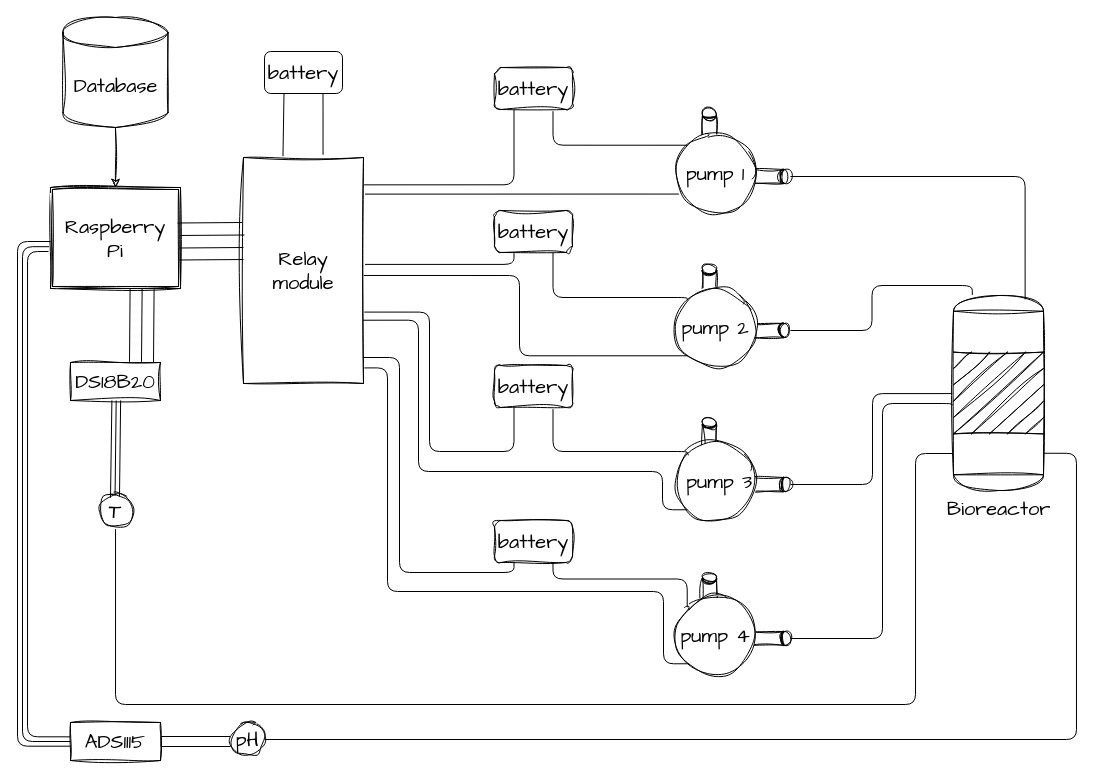
The draw.io diagram blueprints/prototype1.drawio in MelcherMate/Bioversee_Webapp, before the edit. Source tidied: cells renumbered, new cells numbered last; positions are measured from the earlier drawing's top-left corner, leaving out a move shared by most shapes. Both pictures are drawn from the tidied source at 100%, with x=0, y=0 at pixel (17, 17).
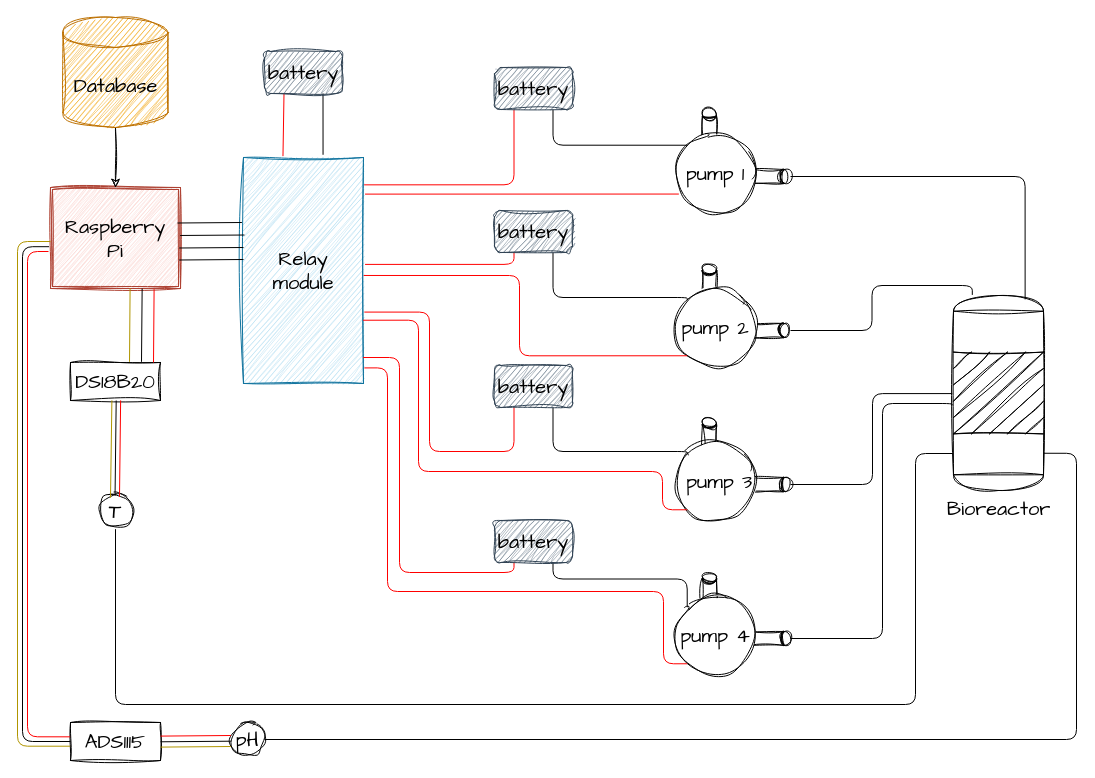
The same page after the edit.

The change refers to these unchanged cells:
```xml
<mxCell id="6" value="pump 1" style="ellipse;whiteSpace=wrap;html=1;sketch=1;hachureGap=4;jiggle=2;curveFitting=1;strokeColor=#000000;fontFamily=Architects Daughter;fontSize=20;fontColor=#000000;fillColor=#FFFFFF;gradientColor=none;" parent="3" vertex="1">
  <mxGeometry y="24" width="80" height="80" as="geometry" />
</mxCell>
<mxCell id="10" value="pump 4" style="ellipse;whiteSpace=wrap;html=1;sketch=1;hachureGap=4;jiggle=2;curveFitting=1;strokeColor=#000000;fontFamily=Architects Daughter;fontSize=20;fontColor=#000000;fillColor=#FFFFFF;gradientColor=none;" parent="7" vertex="1">
  <mxGeometry y="24" width="80" height="80" as="geometry" />
</mxCell>
<mxCell id="15" value="&amp;nbsp;pump 3" style="ellipse;whiteSpace=wrap;html=1;sketch=1;hachureGap=4;jiggle=2;curveFitting=1;strokeColor=#000000;fontFamily=Architects Daughter;fontSize=20;fontColor=#000000;fillColor=#FFFFFF;gradientColor=none;" parent="11" vertex="1">
  <mxGeometry y="24" width="80" height="80" as="geometry" />
</mxCell>
<mxCell id="19" value="pump 2" style="ellipse;whiteSpace=wrap;html=1;sketch=1;hachureGap=4;jiggle=2;curveFitting=1;strokeColor=#000000;fontFamily=Architects Daughter;fontSize=20;fontColor=#000000;fillColor=#FFFFFF;gradientColor=none;" parent="16" vertex="1">
  <mxGeometry y="24" width="80" height="80" as="geometry" />
</mxCell>
<mxCell id="48" value="DS18B20" style="rounded=0;whiteSpace=wrap;html=1;hachureGap=4;strokeColor=#000000;strokeWidth=1;fontFamily=Architects Daughter;fontSize=20;fontColor=#000000;fillColor=#FFFFFF;gradientColor=none;sketch=1;curveFitting=1;jiggle=2;" parent="1" vertex="1">
  <mxGeometry x="53" y="345" width="90" height="38" as="geometry" />
</mxCell>
<mxCell id="57" value="ADS1115" style="rounded=0;whiteSpace=wrap;html=1;hachureGap=4;strokeColor=#000000;strokeWidth=1;fontFamily=Architects Daughter;fontSize=20;fontColor=#000000;fillColor=#FFFFFF;gradientColor=none;sketch=1;curveFitting=1;jiggle=2;" parent="1" vertex="1">
  <mxGeometry x="53" y="705" width="90" height="38" as="geometry" />
</mxCell>
```

What changed in the source:
```diff
@@
-    <mxCell id="20" value="&lt;font color=&quot;#000000&quot;&gt;Raspberry Pi&lt;/font&gt;" style="shape=ext;double=1;rounded=0;whiteSpace=wrap;html=1;hachureGap=4;fontFamily=Architects Daughter;fontSize=20;fillColor=#FFFFFF;strokeColor=#000000;sketch=1;curveFitting=1;jiggle=2;" parent="1" vertex="1">
+    <mxCell id="20" value="&lt;font color=&quot;#000000&quot;&gt;Raspberry Pi&lt;/font&gt;" style="shape=ext;double=1;rounded=0;whiteSpace=wrap;html=1;hachureGap=4;fontFamily=Architects Daughter;fontSize=20;fillColor=#fad9d5;strokeColor=#ae4132;sketch=1;curveFitting=1;jiggle=2;" parent="1" vertex="1">
       <mxGeometry x="33" y="170" width="130" height="101" as="geometry" />
     </mxCell>
@@
-    <mxCell id="23" value="Database" style="shape=cylinder3;whiteSpace=wrap;html=1;boundedLbl=1;backgroundOutline=1;size=15;hachureGap=4;strokeColor=#000000;fontFamily=Architects Daughter;fontSize=20;fontColor=#000000;fillColor=#FFFFFF;rounded=0;sketch=1;curveFitting=1;jiggle=2;" parent="1" vertex="1">
+    <mxCell id="23" value="Database" style="shape=cylinder3;whiteSpace=wrap;html=1;boundedLbl=1;backgroundOutline=1;size=15;hachureGap=4;fontFamily=Architects Daughter;fontSize=20;rounded=0;sketch=1;curveFitting=1;jiggle=2;fillColor=#f0a30a;fontColor=#000000;strokeColor=#BD7000;" parent="1" vertex="1">
       <mxGeometry x="45.5" width="105" height="110" as="geometry" />
     </mxCell>
-    <mxCell id="24" value="&lt;font color=&quot;#000000&quot;&gt;Relay module&lt;/font&gt;" style="rounded=0;whiteSpace=wrap;html=1;sketch=1;hachureGap=4;jiggle=2;curveFitting=1;fontFamily=Architects Daughter;fontSize=20;fillColor=#FFFFFF;strokeColor=#000000;" parent="1" vertex="1">
+    <mxCell id="24" value="&lt;font color=&quot;#000000&quot;&gt;Relay module&lt;/font&gt;" style="rounded=0;whiteSpace=wrap;html=1;sketch=1;hachureGap=4;jiggle=2;curveFitting=1;fontFamily=Architects Daughter;fontSize=20;fillColor=#b1ddf0;strokeColor=#10739e;" parent="1" vertex="1">
       <mxGeometry x="226" y="140" width="120" height="226" as="geometry" />
     </mxCell>
@@
-    <mxCell id="26" style="edgeStyle=orthogonalEdgeStyle;sketch=0;hachureGap=4;jiggle=2;curveFitting=1;html=1;exitX=0.25;exitY=1;exitDx=0;exitDy=0;entryX=1.005;entryY=0.121;entryDx=0;entryDy=0;entryPerimeter=0;strokeColor=#000000;fontFamily=Architects Daughter;fontSize=16;fontColor=#000000;endArrow=none;endFill=0;" parent="1" edge="1" source="27" target="24">
+    <mxCell id="26" style="edgeStyle=orthogonalEdgeStyle;sketch=0;hachureGap=4;jiggle=2;curveFitting=1;html=1;exitX=0.25;exitY=1;exitDx=0;exitDy=0;entryX=1.005;entryY=0.121;entryDx=0;entryDy=0;entryPerimeter=0;strokeColor=#FF0000;fontFamily=Architects Daughter;fontSize=16;fontColor=#000000;endArrow=none;endFill=0;" parent="1" edge="1" source="27" target="24">
       <mxGeometry relative="1" as="geometry" />
     </mxCell>
-    <mxCell id="27" value="battery" style="rounded=1;whiteSpace=wrap;html=1;sketch=1;hachureGap=4;jiggle=2;curveFitting=1;strokeColor=#000000;fontFamily=Architects Daughter;fontSize=20;fontColor=#000000;fillColor=#FFFFFF;gradientColor=none;" parent="1" vertex="1">
+    <mxCell id="27" value="battery" style="rounded=1;whiteSpace=wrap;html=1;sketch=1;hachureGap=4;jiggle=2;curveFitting=1;strokeColor=#314354;fontFamily=Architects Daughter;fontSize=20;fontColor=#000000;fillColor=#647687;" parent="1" vertex="1">
       <mxGeometry x="477" y="50" width="78" height="42" as="geometry" />
     </mxCell>
-    <mxCell id="28" style="sketch=0;hachureGap=4;jiggle=2;curveFitting=1;html=1;exitX=0.042;exitY=0.757;exitDx=0;exitDy=0;entryX=1.013;entryY=0.162;entryDx=0;entryDy=0;entryPerimeter=0;strokeColor=#000000;fontFamily=Architects Daughter;fontSize=16;fontColor=#000000;endArrow=none;endFill=0;exitPerimeter=0;" parent="1" edge="1" source="6" target="24">
+    <mxCell id="28" style="sketch=0;hachureGap=4;jiggle=2;curveFitting=1;html=1;exitX=0.042;exitY=0.757;exitDx=0;exitDy=0;entryX=1.013;entryY=0.162;entryDx=0;entryDy=0;entryPerimeter=0;strokeColor=#FF0000;fontFamily=Architects Daughter;fontSize=16;fontColor=#000000;endArrow=none;endFill=0;exitPerimeter=0;" parent="1" edge="1" source="6" target="24">
       <mxGeometry relative="1" as="geometry" />
     </mxCell>
-    <mxCell id="29" style="edgeStyle=orthogonalEdgeStyle;sketch=0;hachureGap=4;jiggle=2;curveFitting=1;html=1;exitX=0.25;exitY=1;exitDx=0;exitDy=0;entryX=1.013;entryY=0.473;entryDx=0;entryDy=0;entryPerimeter=0;strokeColor=#000000;fontFamily=Architects Daughter;fontSize=16;fontColor=#000000;endArrow=none;endFill=0;" parent="1" edge="1" source="31" target="24">
+    <mxCell id="29" style="edgeStyle=orthogonalEdgeStyle;sketch=0;hachureGap=4;jiggle=2;curveFitting=1;html=1;exitX=0.25;exitY=1;exitDx=0;exitDy=0;entryX=1.013;entryY=0.473;entryDx=0;entryDy=0;entryPerimeter=0;strokeColor=#FF0000;fontFamily=Architects Daughter;fontSize=16;fontColor=#FF0000;endArrow=none;endFill=0;" parent="1" edge="1" source="31" target="24">
       <mxGeometry relative="1" as="geometry" />
     </mxCell>
@@
-    <mxCell id="31" value="battery" style="rounded=1;whiteSpace=wrap;html=1;sketch=1;hachureGap=4;jiggle=2;curveFitting=1;strokeColor=#000000;fontFamily=Architects Daughter;fontSize=20;fontColor=#000000;fillColor=#FFFFFF;gradientColor=none;" parent="1" vertex="1">
+    <mxCell id="31" value="battery" style="rounded=1;whiteSpace=wrap;html=1;sketch=1;hachureGap=4;jiggle=2;curveFitting=1;fontFamily=Architects Daughter;fontSize=20;fillColor=#647687;fontColor=#000000;strokeColor=#314354;" parent="1" vertex="1">
       <mxGeometry x="477" y="193" width="78" height="42" as="geometry" />
     </mxCell>
-    <mxCell id="32" style="edgeStyle=orthogonalEdgeStyle;sketch=0;hachureGap=4;jiggle=2;curveFitting=1;html=1;exitX=0;exitY=1;exitDx=0;exitDy=0;entryX=1.002;entryY=0.522;entryDx=0;entryDy=0;entryPerimeter=0;strokeColor=#000000;fontFamily=Architects Daughter;fontSize=16;fontColor=#000000;endArrow=none;endFill=0;" parent="1" edge="1" source="19" target="24">
+    <mxCell id="32" style="edgeStyle=orthogonalEdgeStyle;sketch=0;hachureGap=4;jiggle=2;curveFitting=1;html=1;exitX=0;exitY=1;exitDx=0;exitDy=0;entryX=1.002;entryY=0.522;entryDx=0;entryDy=0;entryPerimeter=0;strokeColor=#FF0000;fontFamily=Architects Daughter;fontSize=16;fontColor=#000000;endArrow=none;endFill=0;" parent="1" edge="1" source="19" target="24">
       <mxGeometry relative="1" as="geometry" />
     </mxCell>
-    <mxCell id="33" style="edgeStyle=orthogonalEdgeStyle;sketch=0;hachureGap=4;jiggle=2;curveFitting=1;html=1;exitX=0.25;exitY=1;exitDx=0;exitDy=0;entryX=1.007;entryY=0.684;entryDx=0;entryDy=0;entryPerimeter=0;strokeColor=#000000;fontFamily=Architects Daughter;fontSize=16;fontColor=#000000;endArrow=none;endFill=0;" parent="1" edge="1" source="35" target="24">
+    <mxCell id="33" style="edgeStyle=orthogonalEdgeStyle;sketch=0;hachureGap=4;jiggle=2;curveFitting=1;html=1;exitX=0.25;exitY=1;exitDx=0;exitDy=0;entryX=1.007;entryY=0.684;entryDx=0;entryDy=0;entryPerimeter=0;strokeColor=#FF0000;fontFamily=Architects Daughter;fontSize=16;fontColor=#000000;endArrow=none;endFill=0;" parent="1" edge="1" source="35" target="24">
       <mxGeometry relative="1" as="geometry">
         <Array as="points">
           <mxPoint x="496" y="434" />
           <mxPoint x="412" y="434" />
           <mxPoint x="412" y="295" />
         </Array>
       </mxGeometry>
     </mxCell>
@@
-    <mxCell id="35" value="battery" style="rounded=1;whiteSpace=wrap;html=1;sketch=1;hachureGap=4;jiggle=2;curveFitting=1;strokeColor=#000000;fontFamily=Architects Daughter;fontSize=20;fontColor=#000000;fillColor=#FFFFFF;gradientColor=none;" parent="1" vertex="1">
+    <mxCell id="35" value="battery" style="rounded=1;whiteSpace=wrap;html=1;sketch=1;hachureGap=4;jiggle=2;curveFitting=1;strokeColor=#314354;fontFamily=Architects Daughter;fontSize=20;fontColor=#000000;fillColor=#647687;" parent="1" vertex="1">
       <mxGeometry x="477" y="348" width="78" height="42" as="geometry" />
     </mxCell>
-    <mxCell id="36" style="edgeStyle=orthogonalEdgeStyle;sketch=0;hachureGap=4;jiggle=2;curveFitting=1;html=1;exitX=0;exitY=1;exitDx=0;exitDy=0;entryX=0.996;entryY=0.72;entryDx=0;entryDy=0;entryPerimeter=0;strokeColor=#000000;fontFamily=Architects Daughter;fontSize=16;fontColor=#000000;endArrow=none;endFill=0;" parent="1" edge="1" source="15" target="24">
+    <mxCell id="36" style="edgeStyle=orthogonalEdgeStyle;sketch=0;hachureGap=4;jiggle=2;curveFitting=1;html=1;exitX=0;exitY=1;exitDx=0;exitDy=0;entryX=0.996;entryY=0.72;entryDx=0;entryDy=0;entryPerimeter=0;strokeColor=#FF0000;fontFamily=Architects Daughter;fontSize=16;fontColor=#000000;endArrow=none;endFill=0;" parent="1" edge="1" source="15" target="24">
       <mxGeometry relative="1" as="geometry">
         <Array as="points">
           <mxPoint x="645" y="492" />
           <mxPoint x="645" y="454" />
           <mxPoint x="401" y="454" />
           <mxPoint x="401" y="303" />
         </Array>
       </mxGeometry>
     </mxCell>
@@
-    <mxCell id="38" style="edgeStyle=orthogonalEdgeStyle;sketch=0;hachureGap=4;jiggle=2;curveFitting=1;html=1;exitX=0.25;exitY=1;exitDx=0;exitDy=0;entryX=0.996;entryY=0.885;entryDx=0;entryDy=0;entryPerimeter=0;strokeColor=#000000;fontFamily=Architects Daughter;fontSize=16;fontColor=#000000;endArrow=none;endFill=0;" parent="1" edge="1" source="39" target="24">
+    <mxCell id="38" style="edgeStyle=orthogonalEdgeStyle;sketch=0;hachureGap=4;jiggle=2;curveFitting=1;html=1;exitX=0.25;exitY=1;exitDx=0;exitDy=0;entryX=0.996;entryY=0.885;entryDx=0;entryDy=0;entryPerimeter=0;strokeColor=#FF0000;fontFamily=Architects Daughter;fontSize=16;fontColor=#000000;endArrow=none;endFill=0;" parent="1" edge="1" source="39" target="24">
       <mxGeometry relative="1" as="geometry">
         <Array as="points">
           <mxPoint x="496" y="555" />
           <mxPoint x="382" y="555" />
           <mxPoint x="382" y="340" />
         </Array>
       </mxGeometry>
     </mxCell>
-    <mxCell id="39" value="battery" style="rounded=1;whiteSpace=wrap;html=1;sketch=1;hachureGap=4;jiggle=2;curveFitting=1;strokeColor=#000000;fontFamily=Architects Daughter;fontSize=20;fontColor=#000000;fillColor=#FFFFFF;gradientColor=none;" parent="1" vertex="1">
+    <mxCell id="39" value="battery" style="rounded=1;whiteSpace=wrap;html=1;sketch=1;hachureGap=4;jiggle=2;curveFitting=1;strokeColor=#314354;fontFamily=Architects Daughter;fontSize=20;fontColor=#000000;fillColor=#647687;" parent="1" vertex="1">
       <mxGeometry x="477" y="503" width="78" height="42" as="geometry" />
     </mxCell>
-    <mxCell id="40" style="edgeStyle=orthogonalEdgeStyle;sketch=0;hachureGap=4;jiggle=2;curveFitting=1;html=1;exitX=0;exitY=1;exitDx=0;exitDy=0;entryX=1.007;entryY=0.931;entryDx=0;entryDy=0;entryPerimeter=0;strokeColor=#000000;fontFamily=Architects Daughter;fontSize=16;fontColor=#000000;endArrow=none;endFill=0;" parent="1" edge="1" source="10" target="24">
+    <mxCell id="40" style="edgeStyle=orthogonalEdgeStyle;sketch=0;hachureGap=4;jiggle=2;curveFitting=1;html=1;exitX=0;exitY=1;exitDx=0;exitDy=0;entryX=1.007;entryY=0.931;entryDx=0;entryDy=0;entryPerimeter=0;strokeColor=#FF0000;fontFamily=Architects Daughter;fontSize=16;fontColor=#000000;endArrow=none;endFill=0;" parent="1" edge="1" source="10" target="24">
       <mxGeometry relative="1" as="geometry">
         <Array as="points">
           <mxPoint x="646" y="646" />
           <mxPoint x="646" y="574" />
           <mxPoint x="370" y="574" />
           <mxPoint x="370" y="350" />
         </Array>
       </mxGeometry>
     </mxCell>
-    <mxCell id="41" style="sketch=0;hachureGap=4;jiggle=2;curveFitting=1;html=1;exitX=0.25;exitY=1;exitDx=0;exitDy=0;entryX=0.329;entryY=-0.006;entryDx=0;entryDy=0;entryPerimeter=0;strokeColor=#000000;fontFamily=Architects Daughter;fontSize=16;fontColor=#000000;endArrow=none;endFill=0;" parent="1" edge="1" source="43" target="24">
+    <mxCell id="41" style="sketch=0;hachureGap=4;jiggle=2;curveFitting=1;html=1;exitX=0.25;exitY=1;exitDx=0;exitDy=0;entryX=0.329;entryY=-0.006;entryDx=0;entryDy=0;entryPerimeter=0;strokeColor=#FF0000;fontFamily=Architects Daughter;fontSize=16;fontColor=#000000;endArrow=none;endFill=0;" parent="1" edge="1" source="43" target="24">
       <mxGeometry relative="1" as="geometry" />
     </mxCell>
@@
-    <mxCell id="43" value="battery" style="rounded=1;whiteSpace=wrap;html=1;sketch=0;hachureGap=4;jiggle=2;curveFitting=1;strokeColor=#000000;fontFamily=Architects Daughter;fontSize=20;fontColor=#000000;fillColor=#FFFFFF;gradientColor=none;" parent="1" vertex="1">
+    <mxCell id="43" value="battery" style="rounded=1;whiteSpace=wrap;html=1;sketch=1;hachureGap=4;jiggle=2;curveFitting=1;fontFamily=Architects Daughter;fontSize=20;fillColor=#647687;strokeColor=#314354;fontColor=#000000;" parent="1" vertex="1">
       <mxGeometry x="247" y="34" width="78" height="42" as="geometry" />
     </mxCell>
@@
-    <mxCell id="50" style="endArrow=none;html=1;sketch=0;hachureGap=4;jiggle=2;curveFitting=1;strokeColor=#000000;fontFamily=Architects Daughter;fontSize=16;fontColor=#000000;entryX=0.705;entryY=1;entryDx=0;entryDy=0;entryPerimeter=0;exitX=0.789;exitY=-0.018;exitDx=0;exitDy=0;exitPerimeter=0;" parent="1" edge="1">
+    <mxCell id="50" style="endArrow=none;html=1;sketch=0;hachureGap=4;jiggle=2;curveFitting=1;strokeColor=#B09500;fontFamily=Architects Daughter;fontSize=16;fontColor=#000000;entryX=0.705;entryY=1;entryDx=0;entryDy=0;entryPerimeter=0;exitX=0.789;exitY=-0.018;exitDx=0;exitDy=0;exitPerimeter=0;fillColor=#e3c800;" parent="1" edge="1">
       <mxGeometry relative="1" as="geometry">
         <mxPoint x="112" y="344.3" as="sourcePoint" />
         <mxPoint x="112.6" y="271" as="targetPoint" />
       </mxGeometry>
     </mxCell>
-    <mxCell id="51" style="endArrow=none;html=1;sketch=0;hachureGap=4;jiggle=2;curveFitting=1;strokeColor=#000000;fontFamily=Architects Daughter;fontSize=16;fontColor=#000000;entryX=0.705;entryY=1;entryDx=0;entryDy=0;entryPerimeter=0;exitX=0.789;exitY=-0.018;exitDx=0;exitDy=0;exitPerimeter=0;" parent="1" edge="1">
+    <mxCell id="51" style="endArrow=none;html=1;sketch=0;hachureGap=4;jiggle=2;curveFitting=1;strokeColor=#FF0000;fontFamily=Architects Daughter;fontSize=16;fontColor=#000000;entryX=0.705;entryY=1;entryDx=0;entryDy=0;entryPerimeter=0;exitX=0.789;exitY=-0.018;exitDx=0;exitDy=0;exitPerimeter=0;" parent="1" edge="1">
       <mxGeometry relative="1" as="geometry">
         <mxPoint x="136" y="345" as="sourcePoint" />
         <mxPoint x="136.6" y="271.7" as="targetPoint" />
       </mxGeometry>
     </mxCell>
@@
-    <mxCell id="54" style="endArrow=none;html=1;sketch=0;hachureGap=4;jiggle=2;curveFitting=1;strokeColor=#000000;fontFamily=Architects Daughter;fontSize=16;fontColor=#000000;entryX=0.46;entryY=0.996;entryDx=0;entryDy=0;entryPerimeter=0;exitX=0.789;exitY=-0.018;exitDx=0;exitDy=0;exitPerimeter=0;" parent="1" edge="1" target="48">
+    <mxCell id="54" style="endArrow=none;html=1;sketch=0;hachureGap=4;jiggle=2;curveFitting=1;strokeColor=#B09500;fontFamily=Architects Daughter;fontSize=16;fontColor=#000000;entryX=0.46;entryY=0.996;entryDx=0;entryDy=0;entryPerimeter=0;exitX=0.789;exitY=-0.018;exitDx=0;exitDy=0;exitPerimeter=0;fillColor=#e3c800;" parent="1" edge="1" target="48">
       <mxGeometry relative="1" as="geometry">
         <mxPoint x="93" y="480.3" as="sourcePoint" />
       </mxGeometry>
     </mxCell>
-    <mxCell id="55" style="endArrow=none;html=1;sketch=0;hachureGap=4;jiggle=2;curveFitting=1;strokeColor=#000000;fontFamily=Architects Daughter;fontSize=16;fontColor=#000000;entryX=0.557;entryY=0.998;entryDx=0;entryDy=0;entryPerimeter=0;exitX=0.789;exitY=-0.018;exitDx=0;exitDy=0;exitPerimeter=0;" parent="1" edge="1" target="48">
+    <mxCell id="55" style="endArrow=none;html=1;sketch=0;hachureGap=4;jiggle=2;curveFitting=1;strokeColor=#FF0000;fontFamily=Architects Daughter;fontSize=16;fontColor=#000000;entryX=0.557;entryY=0.998;entryDx=0;entryDy=0;entryPerimeter=0;exitX=0.789;exitY=-0.018;exitDx=0;exitDy=0;exitPerimeter=0;" parent="1" edge="1" target="48">
       <mxGeometry relative="1" as="geometry">
         <mxPoint x="102" y="479.3" as="sourcePoint" />
       </mxGeometry>
     </mxCell>
@@
-    <mxCell id="59" style="endArrow=none;html=1;sketch=0;hachureGap=4;jiggle=2;curveFitting=1;strokeColor=#000000;fontFamily=Architects Daughter;fontSize=16;fontColor=#000000;edgeStyle=orthogonalEdgeStyle;exitX=-0.004;exitY=0.377;exitDx=0;exitDy=0;exitPerimeter=0;" parent="1" edge="1" source="57">
+    <mxCell id="59" style="endArrow=none;html=1;sketch=0;hachureGap=4;jiggle=2;curveFitting=1;strokeColor=#FF0000;fontFamily=Architects Daughter;fontSize=16;fontColor=#000000;edgeStyle=orthogonalEdgeStyle;exitX=-0.004;exitY=0.377;exitDx=0;exitDy=0;exitPerimeter=0;" parent="1" edge="1" source="57">
       <mxGeometry relative="1" as="geometry">
         <mxPoint x="31" y="234" as="targetPoint" />
         <Array as="points">
           <mxPoint x="10" y="719" />
           <mxPoint x="10" y="234" />
           <mxPoint x="31" y="234" />
         </Array>
       </mxGeometry>
     </mxCell>
-    <mxCell id="60" style="endArrow=none;html=1;sketch=0;hachureGap=4;jiggle=2;curveFitting=1;strokeColor=#000000;fontFamily=Architects Daughter;fontSize=16;fontColor=#000000;edgeStyle=orthogonalEdgeStyle;exitX=-0.004;exitY=0.624;exitDx=0;exitDy=0;exitPerimeter=0;" parent="1" edge="1" source="57" target="20">
+    <mxCell id="60" style="endArrow=none;html=1;sketch=0;hachureGap=4;jiggle=2;curveFitting=1;strokeColor=#B09500;fontFamily=Architects Daughter;fontSize=16;fontColor=#000000;edgeStyle=orthogonalEdgeStyle;exitX=-0.004;exitY=0.624;exitDx=0;exitDy=0;exitPerimeter=0;fillColor=#e3c800;" parent="1" edge="1" source="57" target="20">
       <mxGeometry relative="1" as="geometry">
         <Array as="points">
           <mxPoint y="729" />
           <mxPoint y="224" />
         </Array>
       </mxGeometry>
     </mxCell>
-    <mxCell id="61" style="shape=flexArrow;endArrow=none;html=1;sketch=0;hachureGap=4;jiggle=2;curveFitting=1;strokeColor=#000000;fontFamily=Architects Daughter;fontSize=16;fontColor=#000000;endFill=0;exitX=1;exitY=0.5;exitDx=0;exitDy=0;" parent="1" edge="1" source="57">
-      <mxGeometry relative="1" as="geometry">
-        <mxPoint x="217" y="724" as="targetPoint" />
-      </mxGeometry>
-    </mxCell>
@@
+    <mxCell id="68" style="endArrow=none;html=1;hachureGap=4;strokeColor=#000000;fontFamily=Architects Daughter;fontSize=16;fontColor=#FF0000;exitX=0.999;exitY=0.711;exitDx=0;exitDy=0;exitPerimeter=0;entryX=0.009;entryY=0.777;entryDx=0;entryDy=0;entryPerimeter=0;fillColor=#e3c800;" parent="1" edge="1">
+      <mxGeometry relative="1" as="geometry">
+        <mxPoint x="143" y="724.3" as="sourcePoint" />
+        <mxPoint x="213.4" y="723.7" as="targetPoint" />
+      </mxGeometry>
+    </mxCell>
+    <mxCell id="69" style="endArrow=none;html=1;hachureGap=4;strokeColor=#FF0000;fontFamily=Architects Daughter;fontSize=16;fontColor=#FF0000;exitX=0.999;exitY=0.711;exitDx=0;exitDy=0;exitPerimeter=0;entryX=0.009;entryY=0.777;entryDx=0;entryDy=0;entryPerimeter=0;fillColor=#e51400;" parent="1" edge="1">
+      <mxGeometry relative="1" as="geometry">
+        <mxPoint x="143" y="718.6" as="sourcePoint" />
+        <mxPoint x="213.4" y="718" as="targetPoint" />
+      </mxGeometry>
+    </mxCell>
+    <mxCell id="70" style="endArrow=none;html=1;hachureGap=4;strokeColor=#B09500;fontFamily=Architects Daughter;fontSize=16;fontColor=#FF0000;exitX=0.999;exitY=0.711;exitDx=0;exitDy=0;exitPerimeter=0;entryX=0.009;entryY=0.777;entryDx=0;entryDy=0;entryPerimeter=0;fillColor=#e3c800;" parent="1" edge="1">
+      <mxGeometry relative="1" as="geometry">
+        <mxPoint x="143" y="729.6" as="sourcePoint" />
+        <mxPoint x="213.4" y="729" as="targetPoint" />
+      </mxGeometry>
+    </mxCell>
```
